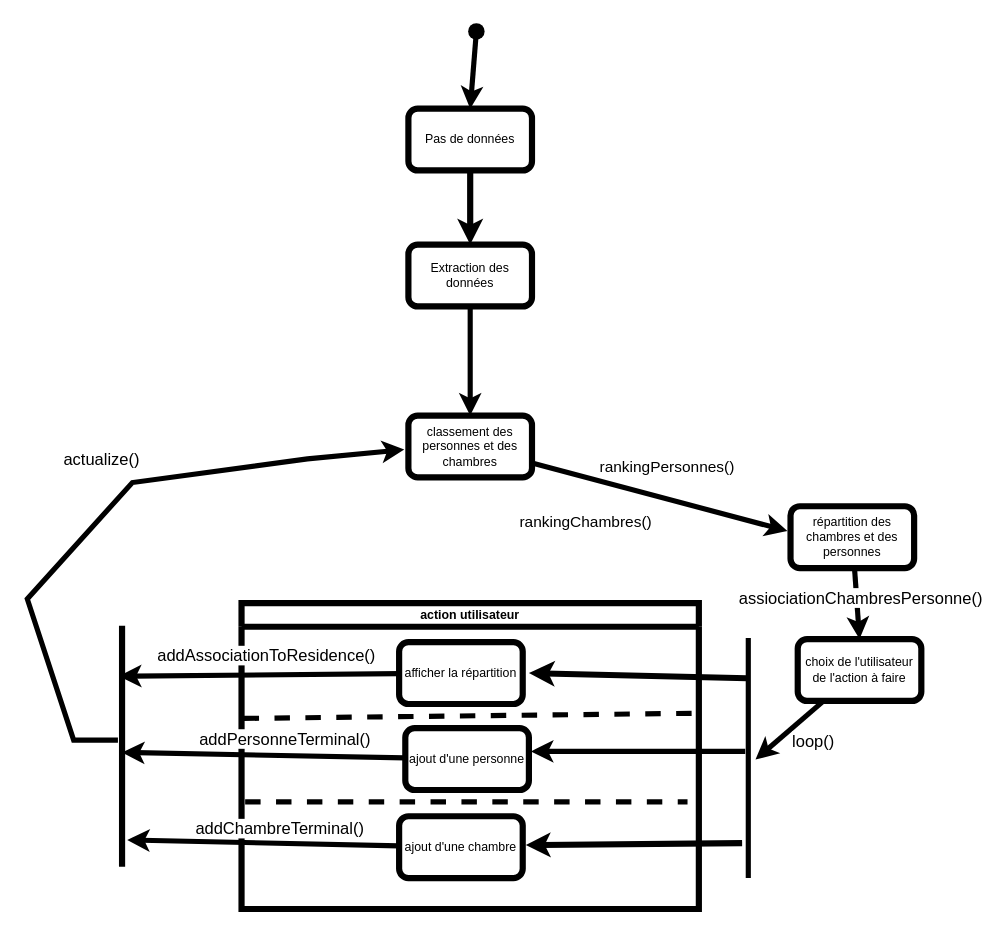
This is etatTransitions.drawio from bluntwise/LoterieChambres, a draw.io file, before an edit. Source tidied: cells renumbered, new cells numbered last; positions are measured from the earlier drawing's top-left corner, leaving out a move shared by most shapes. Both pictures are drawn from the tidied source at 103%, with x=0, y=0 at pixel (27, 21).
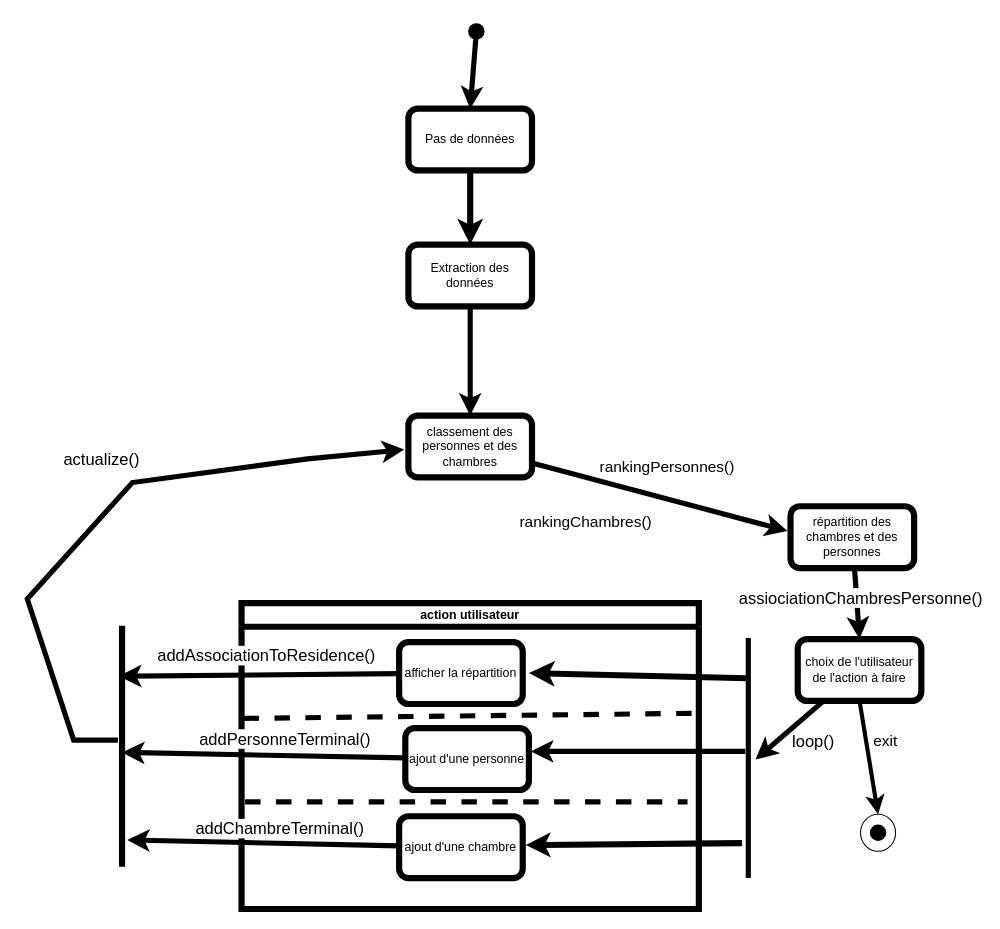
After the change.

The change refers to these unchanged cells:
```xml
<mxCell id="3" style="shape=waypoint;sketch=0;fillStyle=solid;size=6;points=[];fillColor=none;perimeter=centerPerimeter;snapToPoint=1;strokeWidth=6;" parent="1" vertex="1">
  <mxGeometry x="426" width="20" height="20" as="geometry" />
</mxCell>
<mxCell id="5" value="Pas de données" style="rounded=1;whiteSpace=wrap;html=1;strokeWidth=6;" parent="1" vertex="1">
  <mxGeometry x="370" y="85" width="120" height="60" as="geometry" />
</mxCell>
<mxCell id="13" value="choix de l'utilisateur de l'action à faire" style="rounded=1;whiteSpace=wrap;html=1;strokeWidth=6;" parent="1" vertex="1">
  <mxGeometry x="748" y="600" width="120" height="60" as="geometry" />
</mxCell>
```

Change to the diagram source:
```diff
@@
-    <mxCell id="2" style="edgeStyle=none;html=1;entryX=0.5;entryY=0;entryDx=0;entryDy=0;strokeWidth=5;exitX=0;exitY=0.4;exitDx=0;exitDy=0;exitPerimeter=0;" parent="1" edge="1" source="3" target="5">
+    <mxCell id="2" style="edgeStyle=none;html=1;entryX=0.5;entryY=0;entryDx=0;entryDy=0;strokeWidth=5;" parent="1" edge="1" source="3" target="5">
       <mxGeometry relative="1" as="geometry" />
     </mxCell>
@@
+    <mxCell id="38" style="endArrow=classic;html=1;rounded=0;exitX=0.5;exitY=1;exitDx=0;exitDy=0;strokeWidth=4;" parent="1" edge="1" source="13">
+      <mxGeometry relative="1" as="geometry">
+        <mxPoint x="826" y="770" as="targetPoint" />
+      </mxGeometry>
+    </mxCell>
+    <mxCell id="39" value="exit" style="edgeLabel;html=1;align=center;verticalAlign=middle;fontSize=15;" parent="38" vertex="1">
+      <mxGeometry x="-0.49" relative="1" as="geometry">
+        <mxPoint x="20" y="10" as="offset" />
+      </mxGeometry>
+    </mxCell>
+    <mxCell id="40" style="shape=waypoint;sketch=0;fillStyle=solid;size=6;fillColor=none;perimeter=centerPerimeter;strokeWidth=6;" parent="1" vertex="1">
+      <mxGeometry x="820" y="781" width="20" height="20" as="geometry" />
+    </mxCell>
+    <mxCell id="41" style="ellipse;whiteSpace=wrap;html=1;" parent="1" vertex="1">
+      <mxGeometry x="809" y="770" width="34" height="36" as="geometry" />
+    </mxCell>
+    <mxCell id="42" style="shape=waypoint;sketch=0;fillStyle=solid;size=6;fillColor=none;perimeter=centerPerimeter;strokeWidth=6;" parent="1" vertex="1">
+      <mxGeometry x="816" y="778" width="20" height="20" as="geometry" />
+    </mxCell>
```
